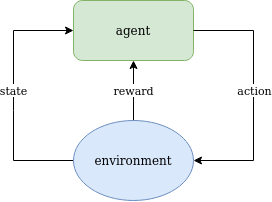
The draw.io diagram assets/images/reinforcement_learning_base_diagram.png in m-a-h-e/m-a-h-e.github.io, before a commit. Source tidied: cells renumbered, new cells last; positions are measured from the earlier drawing's top-left corner, leaving out a move shared by most shapes. Its diagram source:
```xml
<mxGraphModel>
  <root>
    <mxCell id="0" />
    <mxCell id="1" parent="0" />
    <mxCell id="2" value="agent" style="rounded=1;whiteSpace=wrap;html=1;fillColor=#d5e8d4;strokeColor=#82b366;" parent="1" vertex="1">
      <mxGeometry x="60" width="120" height="60" as="geometry" />
    </mxCell>
    <mxCell id="3" style="endArrow=classic;html=1;entryX=1;entryY=0.5;entryDx=0;entryDy=0;" parent="1" edge="1" target="13">
      <mxGeometry relative="1" as="geometry">
        <mxPoint x="240" y="160" as="sourcePoint" />
      </mxGeometry>
    </mxCell>
    <mxCell id="4" style="endArrow=none;html=1;entryX=1;entryY=0.5;entryDx=0;entryDy=0;" parent="1" edge="1" target="2">
      <mxGeometry relative="1" as="geometry">
        <mxPoint x="240" y="30" as="sourcePoint" />
      </mxGeometry>
    </mxCell>
    <mxCell id="5" style="endArrow=none;html=1;" parent="1" edge="1">
      <mxGeometry relative="1" as="geometry">
        <mxPoint x="240" y="160" as="sourcePoint" />
        <mxPoint x="240" y="30" as="targetPoint" />
      </mxGeometry>
    </mxCell>
    <mxCell id="6" value="action" style="edgeLabel;html=1;align=center;verticalAlign=middle;" parent="5" vertex="1">
      <mxGeometry x="-0.09" y="-1" relative="1" as="geometry">
        <mxPoint y="-10.7" as="offset" />
      </mxGeometry>
    </mxCell>
    <mxCell id="7" style="endArrow=classic;html=1;exitX=0.5;exitY=0;exitDx=0;exitDy=0;startArrow=none;startFill=0;endFill=1;" parent="1" edge="1">
      <mxGeometry relative="1" as="geometry">
        <mxPoint x="120" y="120" as="sourcePoint" />
        <mxPoint x="120" y="60" as="targetPoint" />
      </mxGeometry>
    </mxCell>
    <mxCell id="8" value="reward" style="edgeLabel;html=1;align=center;verticalAlign=middle;" parent="7" vertex="1">
      <mxGeometry x="-0.09" y="-1" relative="1" as="geometry">
        <mxPoint x="-1" y="-2.4" as="offset" />
      </mxGeometry>
    </mxCell>
    <mxCell id="9" style="endArrow=none;html=1;entryX=0;entryY=0.5;entryDx=0;entryDy=0;" parent="1" edge="1" target="13">
      <mxGeometry relative="1" as="geometry">
        <mxPoint y="160" as="sourcePoint" />
      </mxGeometry>
    </mxCell>
    <mxCell id="10" style="endArrow=classic;html=1;entryX=0;entryY=0.5;entryDx=0;entryDy=0;" parent="1" edge="1" target="2">
      <mxGeometry relative="1" as="geometry">
        <mxPoint y="30" as="sourcePoint" />
      </mxGeometry>
    </mxCell>
    <mxCell id="11" style="endArrow=none;html=1;" parent="1" edge="1">
      <mxGeometry relative="1" as="geometry">
        <mxPoint y="160" as="sourcePoint" />
        <mxPoint y="30" as="targetPoint" />
        <Array as="points">
          <mxPoint y="100" />
        </Array>
      </mxGeometry>
    </mxCell>
    <mxCell id="12" value="state" style="edgeLabel;html=1;align=center;verticalAlign=middle;" parent="11" vertex="1">
      <mxGeometry x="-0.09" y="-1" relative="1" as="geometry">
        <mxPoint x="-1" y="-10.7" as="offset" />
      </mxGeometry>
    </mxCell>
    <mxCell id="13" value="environment" style="ellipse;whiteSpace=wrap;html=1;fillColor=#dae8fc;strokeColor=#6c8ebf;" parent="1" vertex="1">
      <mxGeometry x="60" y="120" width="120" height="80" as="geometry" />
    </mxCell>
  </root>
</mxGraphModel>
```
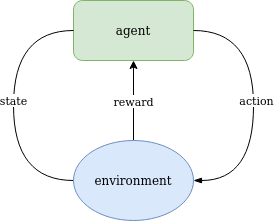
The same diagram one commit later.

Commit message:
rounded arrows

Change to the diagram source:
```diff
@@ -5,30 +5,21 @@
     <mxCell id="2" value="agent" style="rounded=1;whiteSpace=wrap;html=1;fillColor=#d5e8d4;strokeColor=#82b366;" parent="1" vertex="1">
       <mxGeometry x="60" width="120" height="60" as="geometry" />
     </mxCell>
-    <mxCell id="3" style="endArrow=classic;html=1;entryX=1;entryY=0.5;entryDx=0;entryDy=0;" parent="1" edge="1" target="13">
-      <mxGeometry relative="1" as="geometry">
-        <mxPoint x="240" y="160" as="sourcePoint" />
-      </mxGeometry>
-    </mxCell>
-    <mxCell id="4" style="endArrow=none;html=1;entryX=1;entryY=0.5;entryDx=0;entryDy=0;" parent="1" edge="1" target="2">
-      <mxGeometry relative="1" as="geometry">
-        <mxPoint x="240" y="30" as="sourcePoint" />
-      </mxGeometry>
-    </mxCell>
-    <mxCell id="5" style="endArrow=none;html=1;" parent="1" edge="1">
+    <mxCell id="5" style="endArrow=none;html=1;endFill=0;startArrow=blockThin;startFill=1;exitX=1;exitY=0.5;exitDx=0;exitDy=0;entryX=1;entryY=0.5;entryDx=0;entryDy=0;edgeStyle=orthogonalEdgeStyle;curved=1;" parent="1" edge="1" source="13" target="2">
       <mxGeometry relative="1" as="geometry">
-        <mxPoint x="240" y="160" as="sourcePoint" />
-        <mxPoint x="240" y="30" as="targetPoint" />
+        <Array as="points">
+          <mxPoint x="240" y="180" />
+          <mxPoint x="240" y="30" />
+        </Array>
       </mxGeometry>
     </mxCell>
     <mxCell id="6" value="action" style="edgeLabel;html=1;align=center;verticalAlign=middle;" parent="5" vertex="1">
       <mxGeometry x="-0.09" y="-1" relative="1" as="geometry">
-        <mxPoint y="-10.7" as="offset" />
+        <mxPoint x="1.2" y="-16.6" as="offset" />
       </mxGeometry>
     </mxCell>
-    <mxCell id="7" style="endArrow=classic;html=1;exitX=0.5;exitY=0;exitDx=0;exitDy=0;startArrow=none;startFill=0;endFill=1;" parent="1" edge="1">
+    <mxCell id="7" style="endArrow=classic;html=1;exitX=0.5;exitY=0;exitDx=0;exitDy=0;startArrow=none;startFill=0;endFill=1;" parent="1" edge="1" source="13">
       <mxGeometry relative="1" as="geometry">
-        <mxPoint x="120" y="120" as="sourcePoint" />
         <mxPoint x="120" y="60" as="targetPoint" />
       </mxGeometry>
     </mxCell>
@@ -37,32 +28,21 @@
         <mxPoint x="-1" y="-2.4" as="offset" />
       </mxGeometry>
     </mxCell>
-    <mxCell id="9" style="endArrow=none;html=1;entryX=0;entryY=0.5;entryDx=0;entryDy=0;" parent="1" edge="1" target="13">
-      <mxGeometry relative="1" as="geometry">
-        <mxPoint y="160" as="sourcePoint" />
-      </mxGeometry>
-    </mxCell>
-    <mxCell id="10" style="endArrow=classic;html=1;entryX=0;entryY=0.5;entryDx=0;entryDy=0;" parent="1" edge="1" target="2">
-      <mxGeometry relative="1" as="geometry">
-        <mxPoint y="30" as="sourcePoint" />
-      </mxGeometry>
-    </mxCell>
-    <mxCell id="11" style="endArrow=none;html=1;" parent="1" edge="1">
+    <mxCell id="11" style="endArrow=none;html=1;edgeStyle=orthogonalEdgeStyle;curved=1;entryX=0;entryY=0.5;entryDx=0;entryDy=0;exitX=0;exitY=0.5;exitDx=0;exitDy=0;" parent="1" edge="1" source="13" target="2">
       <mxGeometry relative="1" as="geometry">
-        <mxPoint y="160" as="sourcePoint" />
-        <mxPoint y="30" as="targetPoint" />
         <Array as="points">
-          <mxPoint y="100" />
+          <mxPoint y="180" />
+          <mxPoint y="30" />
         </Array>
       </mxGeometry>
     </mxCell>
     <mxCell id="12" value="state" style="edgeLabel;html=1;align=center;verticalAlign=middle;" parent="11" vertex="1">
       <mxGeometry x="-0.09" y="-1" relative="1" as="geometry">
-        <mxPoint x="-1" y="-10.7" as="offset" />
+        <mxPoint x="-1" y="-16.6" as="offset" />
       </mxGeometry>
     </mxCell>
     <mxCell id="13" value="environment" style="ellipse;whiteSpace=wrap;html=1;fillColor=#dae8fc;strokeColor=#6c8ebf;" parent="1" vertex="1">
-      <mxGeometry x="60" y="120" width="120" height="80" as="geometry" />
+      <mxGeometry x="60" y="140" width="120" height="80" as="geometry" />
     </mxCell>
   </root>
 </mxGraphModel>
```
